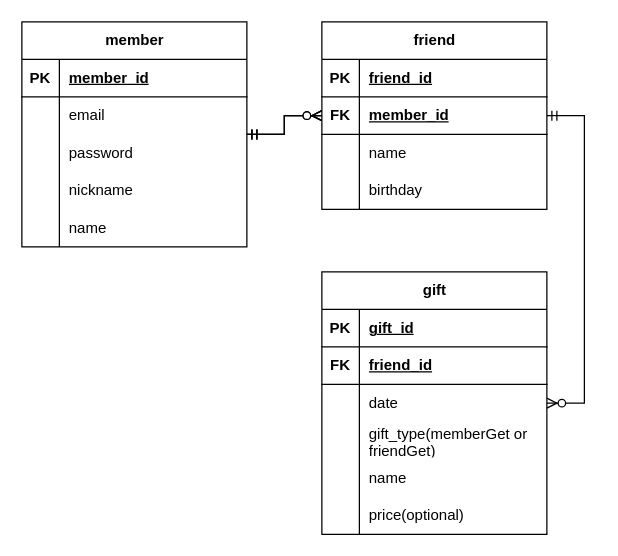
Earlier version of the draw.io diagram birthday_alert.drawio (GunwooJo/Birthday_alert_web). Source tidied: cells renumbered, new cells numbered last; positions are measured from the earlier drawing's top-left corner, leaving out a move shared by most shapes. Both pictures are drawn from the tidied source at 125%, with x=0, y=0 at pixel (21, 21).
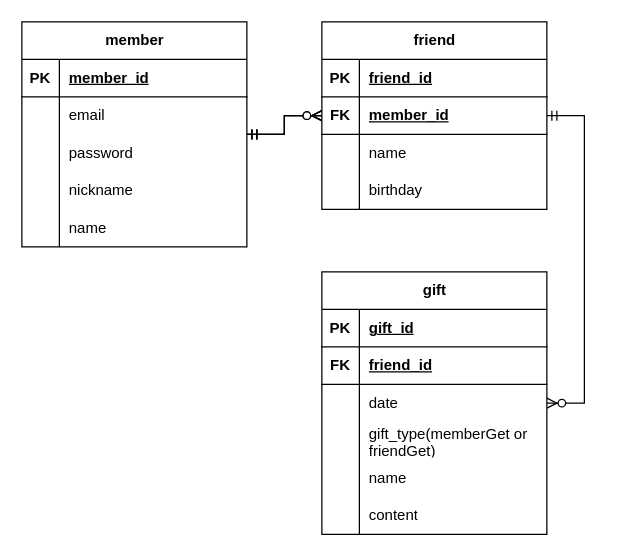
The same diagram, later.

The change refers to these unchanged cells:
```xml
<mxCell id="48" style="shape=tableRow;horizontal=0;startSize=0;swimlaneHead=0;swimlaneBody=0;fillColor=none;top=0;left=0;right=0;bottom=0;" parent="32" vertex="1">
  <mxGeometry y="180" width="180" height="30" as="geometry" />
</mxCell>
```

Change to the diagram source:
```diff
@@
-    <mxCell id="50" value="price(optional)" style="shape=partialRectangle;fillColor=none;top=0;left=0;bottom=0;right=0;align=left;spacingLeft=6;overflow=hidden;whiteSpace=wrap;html=1;" parent="48" vertex="1">
+    <mxCell id="50" value="content" style="shape=partialRectangle;fillColor=none;top=0;left=0;bottom=0;right=0;align=left;spacingLeft=6;overflow=hidden;whiteSpace=wrap;html=1;" parent="48" vertex="1">
       <mxGeometry x="30" width="150" height="30" as="geometry" />
     </mxCell>
```
